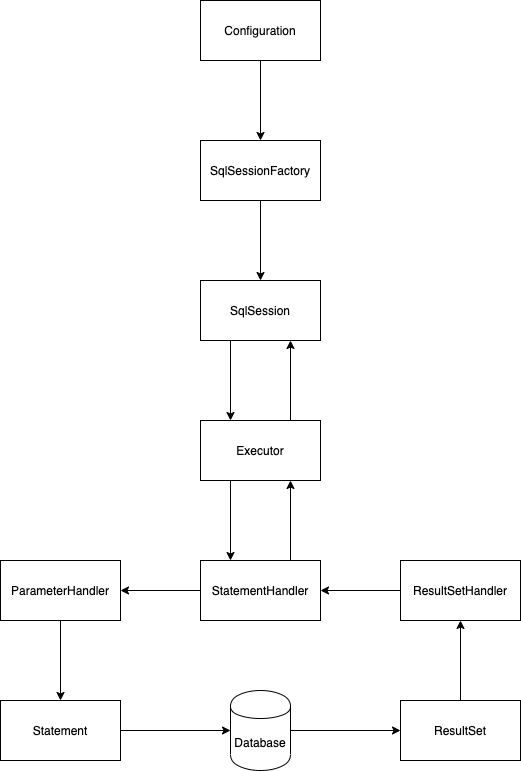
This is img/mybatis/mybatis_process.png from h2cone/h2cone.github.io, a draw.io export, as it was before one commit. Source tidied: cells renumbered, new cells last; positions are measured from the earlier drawing's top-left corner, leaving out a move shared by most shapes. Source of this version:
```xml
<mxGraphModel>
  <root>
    <mxCell id="0" />
    <mxCell id="1" parent="0" />
    <mxCell id="2" style="edgeStyle=orthogonalEdgeStyle;rounded=0;jettySize=auto;html=1;" parent="1" edge="1" source="3" target="5">
      <mxGeometry relative="1" as="geometry" />
    </mxCell>
    <mxCell id="3" value="Configuration" style="rounded=0;whiteSpace=wrap;html=1;" parent="1" vertex="1">
      <mxGeometry x="200" width="120" height="60" as="geometry" />
    </mxCell>
    <mxCell id="4" style="edgeStyle=orthogonalEdgeStyle;rounded=0;jettySize=auto;html=1;" parent="1" edge="1" source="5" target="6">
      <mxGeometry relative="1" as="geometry" />
    </mxCell>
    <mxCell id="5" value="SqlSessionFactory" style="rounded=0;whiteSpace=wrap;html=1;" parent="1" vertex="1">
      <mxGeometry x="200" y="140" width="120" height="60" as="geometry" />
    </mxCell>
    <mxCell id="6" value="&lt;span style=&quot;white-space: normal&quot;&gt;SqlSession&lt;/span&gt;" style="rounded=0;whiteSpace=wrap;html=1;" parent="1" vertex="1">
      <mxGeometry x="200" y="280" width="120" height="60" as="geometry" />
    </mxCell>
    <mxCell id="7" value="Executor" style="rounded=0;whiteSpace=wrap;html=1;" parent="1" vertex="1">
      <mxGeometry x="200" y="420" width="120" height="60" as="geometry" />
    </mxCell>
    <mxCell id="8" style="edgeStyle=orthogonalEdgeStyle;rounded=0;jettySize=auto;html=1;" parent="1" edge="1" source="9" target="15">
      <mxGeometry relative="1" as="geometry" />
    </mxCell>
    <mxCell id="9" value="StatementHandler" style="rounded=0;whiteSpace=wrap;html=1;" parent="1" vertex="1">
      <mxGeometry x="200" y="560" width="120" height="60" as="geometry" />
    </mxCell>
    <mxCell id="10" style="edgeStyle=none;rounded=0;jettySize=auto;html=1;" parent="1" edge="1" source="11" target="9">
      <mxGeometry relative="1" as="geometry" />
    </mxCell>
    <mxCell id="11" value="ResultSetHandler" style="rounded=0;whiteSpace=wrap;html=1;" parent="1" vertex="1">
      <mxGeometry x="400" y="560" width="120" height="60" as="geometry" />
    </mxCell>
    <mxCell id="12" style="edgeStyle=none;rounded=0;jettySize=auto;html=1;" parent="1" edge="1" source="13" target="11">
      <mxGeometry relative="1" as="geometry" />
    </mxCell>
    <mxCell id="13" value="ResultSet" style="rounded=0;whiteSpace=wrap;html=1;" parent="1" vertex="1">
      <mxGeometry x="400" y="700" width="120" height="60" as="geometry" />
    </mxCell>
    <mxCell id="14" style="edgeStyle=orthogonalEdgeStyle;rounded=0;jettySize=auto;html=1;" parent="1" edge="1" source="15" target="17">
      <mxGeometry relative="1" as="geometry" />
    </mxCell>
    <mxCell id="15" value="ParameterHandler" style="rounded=0;whiteSpace=wrap;html=1;" parent="1" vertex="1">
      <mxGeometry y="560" width="120" height="60" as="geometry" />
    </mxCell>
    <mxCell id="16" style="edgeStyle=none;rounded=0;jettySize=auto;html=1;entryX=0;entryY=0.5;entryDx=0;entryDy=0;" parent="1" edge="1" source="17" target="19">
      <mxGeometry relative="1" as="geometry" />
    </mxCell>
    <mxCell id="17" value="&lt;span style=&quot;white-space: normal&quot;&gt;Statement&lt;/span&gt;" style="rounded=0;whiteSpace=wrap;html=1;" parent="1" vertex="1">
      <mxGeometry y="700" width="120" height="60" as="geometry" />
    </mxCell>
    <mxCell id="18" style="edgeStyle=none;rounded=0;jettySize=auto;html=1;entryX=0;entryY=0.5;entryDx=0;entryDy=0;" parent="1" edge="1" source="19" target="13">
      <mxGeometry relative="1" as="geometry" />
    </mxCell>
    <mxCell id="19" value="Database" style="shape=cylinder;whiteSpace=wrap;html=1;boundedLbl=1;backgroundOutline=1;" parent="1" vertex="1">
      <mxGeometry x="230" y="690" width="60" height="80" as="geometry" />
    </mxCell>
    <mxCell id="20" style="edgeStyle=none;rounded=0;orthogonalLoop=1;jettySize=auto;html=1;" parent="1" edge="1">
      <mxGeometry relative="1" as="geometry">
        <mxPoint x="290" y="560" as="sourcePoint" />
        <mxPoint x="290" y="480" as="targetPoint" />
      </mxGeometry>
    </mxCell>
    <mxCell id="21" style="edgeStyle=none;rounded=0;orthogonalLoop=1;jettySize=auto;html=1;" parent="1" edge="1">
      <mxGeometry relative="1" as="geometry">
        <mxPoint x="230" y="480" as="sourcePoint" />
        <mxPoint x="230" y="560" as="targetPoint" />
      </mxGeometry>
    </mxCell>
    <mxCell id="22" style="edgeStyle=none;rounded=0;orthogonalLoop=1;jettySize=auto;html=1;" parent="1" edge="1">
      <mxGeometry relative="1" as="geometry">
        <mxPoint x="290" y="420" as="sourcePoint" />
        <mxPoint x="290" y="340" as="targetPoint" />
      </mxGeometry>
    </mxCell>
    <mxCell id="23" style="edgeStyle=none;rounded=0;orthogonalLoop=1;jettySize=auto;html=1;" parent="1" edge="1">
      <mxGeometry relative="1" as="geometry">
        <mxPoint x="230" y="340" as="sourcePoint" />
        <mxPoint x="230" y="420" as="targetPoint" />
      </mxGeometry>
    </mxCell>
  </root>
</mxGraphModel>
```
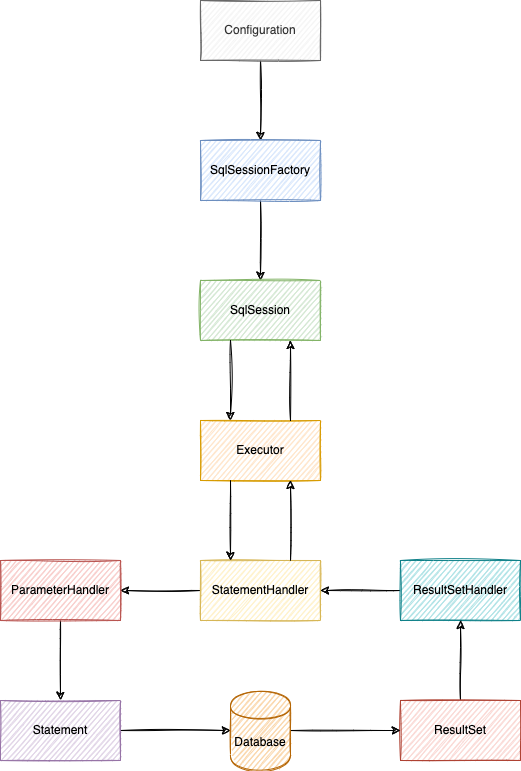
Above is the later version.

The edit, as a diff of the source:
```diff
@@ -2,79 +2,79 @@
   <root>
     <mxCell id="0" />
     <mxCell id="1" parent="0" />
-    <mxCell id="2" style="edgeStyle=orthogonalEdgeStyle;rounded=0;jettySize=auto;html=1;" parent="1" edge="1" source="3" target="5">
+    <mxCell id="2" style="edgeStyle=orthogonalEdgeStyle;rounded=0;jettySize=auto;html=1;sketch=1;" parent="1" edge="1" source="3" target="5">
       <mxGeometry relative="1" as="geometry" />
     </mxCell>
-    <mxCell id="3" value="Configuration" style="rounded=0;whiteSpace=wrap;html=1;" parent="1" vertex="1">
+    <mxCell id="3" value="Configuration" style="rounded=0;whiteSpace=wrap;html=1;sketch=1;fillColor=#f5f5f5;fontColor=#333333;strokeColor=#666666;" parent="1" vertex="1">
       <mxGeometry x="200" width="120" height="60" as="geometry" />
     </mxCell>
-    <mxCell id="4" style="edgeStyle=orthogonalEdgeStyle;rounded=0;jettySize=auto;html=1;" parent="1" edge="1" source="5" target="6">
+    <mxCell id="4" style="edgeStyle=orthogonalEdgeStyle;rounded=0;jettySize=auto;html=1;sketch=1;" parent="1" edge="1" source="5" target="6">
       <mxGeometry relative="1" as="geometry" />
     </mxCell>
-    <mxCell id="5" value="SqlSessionFactory" style="rounded=0;whiteSpace=wrap;html=1;" parent="1" vertex="1">
+    <mxCell id="5" value="SqlSessionFactory" style="rounded=0;whiteSpace=wrap;html=1;sketch=1;fillColor=#dae8fc;strokeColor=#6c8ebf;" parent="1" vertex="1">
       <mxGeometry x="200" y="140" width="120" height="60" as="geometry" />
     </mxCell>
-    <mxCell id="6" value="&lt;span style=&quot;white-space: normal&quot;&gt;SqlSession&lt;/span&gt;" style="rounded=0;whiteSpace=wrap;html=1;" parent="1" vertex="1">
+    <mxCell id="6" value="&lt;span style=&quot;white-space: normal&quot;&gt;SqlSession&lt;/span&gt;" style="rounded=0;whiteSpace=wrap;html=1;sketch=1;fillColor=#d5e8d4;strokeColor=#82b366;" parent="1" vertex="1">
       <mxGeometry x="200" y="280" width="120" height="60" as="geometry" />
     </mxCell>
-    <mxCell id="7" value="Executor" style="rounded=0;whiteSpace=wrap;html=1;" parent="1" vertex="1">
+    <mxCell id="7" value="Executor" style="rounded=0;whiteSpace=wrap;html=1;sketch=1;fillColor=#ffe6cc;strokeColor=#d79b00;" parent="1" vertex="1">
       <mxGeometry x="200" y="420" width="120" height="60" as="geometry" />
     </mxCell>
-    <mxCell id="8" style="edgeStyle=orthogonalEdgeStyle;rounded=0;jettySize=auto;html=1;" parent="1" edge="1" source="9" target="15">
+    <mxCell id="8" style="edgeStyle=orthogonalEdgeStyle;rounded=0;jettySize=auto;html=1;sketch=1;" parent="1" edge="1" source="9" target="15">
       <mxGeometry relative="1" as="geometry" />
     </mxCell>
-    <mxCell id="9" value="StatementHandler" style="rounded=0;whiteSpace=wrap;html=1;" parent="1" vertex="1">
+    <mxCell id="9" value="StatementHandler" style="rounded=0;whiteSpace=wrap;html=1;sketch=1;fillColor=#fff2cc;strokeColor=#d6b656;" parent="1" vertex="1">
       <mxGeometry x="200" y="560" width="120" height="60" as="geometry" />
     </mxCell>
-    <mxCell id="10" style="edgeStyle=none;rounded=0;jettySize=auto;html=1;" parent="1" edge="1" source="11" target="9">
+    <mxCell id="10" style="edgeStyle=none;rounded=0;jettySize=auto;html=1;sketch=1;" parent="1" edge="1" source="11" target="9">
       <mxGeometry relative="1" as="geometry" />
     </mxCell>
-    <mxCell id="11" value="ResultSetHandler" style="rounded=0;whiteSpace=wrap;html=1;" parent="1" vertex="1">
+    <mxCell id="11" value="ResultSetHandler" style="rounded=0;whiteSpace=wrap;html=1;sketch=1;fillColor=#b0e3e6;strokeColor=#0e8088;" parent="1" vertex="1">
       <mxGeometry x="400" y="560" width="120" height="60" as="geometry" />
     </mxCell>
-    <mxCell id="12" style="edgeStyle=none;rounded=0;jettySize=auto;html=1;" parent="1" edge="1" source="13" target="11">
+    <mxCell id="12" style="edgeStyle=none;rounded=0;jettySize=auto;html=1;sketch=1;" parent="1" edge="1" source="13" target="11">
       <mxGeometry relative="1" as="geometry" />
     </mxCell>
-    <mxCell id="13" value="ResultSet" style="rounded=0;whiteSpace=wrap;html=1;" parent="1" vertex="1">
+    <mxCell id="13" value="ResultSet" style="rounded=0;whiteSpace=wrap;html=1;sketch=1;fillColor=#fad9d5;strokeColor=#ae4132;" parent="1" vertex="1">
       <mxGeometry x="400" y="700" width="120" height="60" as="geometry" />
     </mxCell>
-    <mxCell id="14" style="edgeStyle=orthogonalEdgeStyle;rounded=0;jettySize=auto;html=1;" parent="1" edge="1" source="15" target="17">
+    <mxCell id="14" style="edgeStyle=orthogonalEdgeStyle;rounded=0;jettySize=auto;html=1;sketch=1;" parent="1" edge="1" source="15" target="17">
       <mxGeometry relative="1" as="geometry" />
     </mxCell>
-    <mxCell id="15" value="ParameterHandler" style="rounded=0;whiteSpace=wrap;html=1;" parent="1" vertex="1">
+    <mxCell id="15" value="ParameterHandler" style="rounded=0;whiteSpace=wrap;html=1;sketch=1;fillColor=#f8cecc;strokeColor=#b85450;" parent="1" vertex="1">
       <mxGeometry y="560" width="120" height="60" as="geometry" />
     </mxCell>
-    <mxCell id="16" style="edgeStyle=none;rounded=0;jettySize=auto;html=1;entryX=0;entryY=0.5;entryDx=0;entryDy=0;" parent="1" edge="1" source="17" target="19">
+    <mxCell id="16" style="edgeStyle=none;rounded=0;jettySize=auto;html=1;entryX=0;entryY=0.5;entryDx=0;entryDy=0;sketch=1;" parent="1" edge="1" source="17" target="19">
       <mxGeometry relative="1" as="geometry" />
     </mxCell>
-    <mxCell id="17" value="&lt;span style=&quot;white-space: normal&quot;&gt;Statement&lt;/span&gt;" style="rounded=0;whiteSpace=wrap;html=1;" parent="1" vertex="1">
+    <mxCell id="17" value="&lt;span style=&quot;white-space: normal&quot;&gt;Statement&lt;/span&gt;" style="rounded=0;whiteSpace=wrap;html=1;sketch=1;fillColor=#e1d5e7;strokeColor=#9673a6;" parent="1" vertex="1">
       <mxGeometry y="700" width="120" height="60" as="geometry" />
     </mxCell>
-    <mxCell id="18" style="edgeStyle=none;rounded=0;jettySize=auto;html=1;entryX=0;entryY=0.5;entryDx=0;entryDy=0;" parent="1" edge="1" source="19" target="13">
+    <mxCell id="18" style="edgeStyle=none;rounded=0;jettySize=auto;html=1;entryX=0;entryY=0.5;entryDx=0;entryDy=0;sketch=1;" parent="1" edge="1" source="19" target="13">
       <mxGeometry relative="1" as="geometry" />
     </mxCell>
-    <mxCell id="19" value="Database" style="shape=cylinder;whiteSpace=wrap;html=1;boundedLbl=1;backgroundOutline=1;" parent="1" vertex="1">
+    <mxCell id="19" value="Database" style="shape=cylinder;whiteSpace=wrap;html=1;boundedLbl=1;backgroundOutline=1;sketch=1;fillColor=#fad7ac;strokeColor=#b46504;" parent="1" vertex="1">
       <mxGeometry x="230" y="690" width="60" height="80" as="geometry" />
     </mxCell>
-    <mxCell id="20" style="edgeStyle=none;rounded=0;orthogonalLoop=1;jettySize=auto;html=1;" parent="1" edge="1">
+    <mxCell id="20" style="edgeStyle=none;rounded=0;orthogonalLoop=1;jettySize=auto;html=1;sketch=1;" parent="1" edge="1">
       <mxGeometry relative="1" as="geometry">
         <mxPoint x="290" y="560" as="sourcePoint" />
         <mxPoint x="290" y="480" as="targetPoint" />
       </mxGeometry>
     </mxCell>
-    <mxCell id="21" style="edgeStyle=none;rounded=0;orthogonalLoop=1;jettySize=auto;html=1;" parent="1" edge="1">
+    <mxCell id="21" style="edgeStyle=none;rounded=0;orthogonalLoop=1;jettySize=auto;html=1;sketch=1;" parent="1" edge="1">
       <mxGeometry relative="1" as="geometry">
         <mxPoint x="230" y="480" as="sourcePoint" />
         <mxPoint x="230" y="560" as="targetPoint" />
       </mxGeometry>
     </mxCell>
-    <mxCell id="22" style="edgeStyle=none;rounded=0;orthogonalLoop=1;jettySize=auto;html=1;" parent="1" edge="1">
+    <mxCell id="22" style="edgeStyle=none;rounded=0;orthogonalLoop=1;jettySize=auto;html=1;sketch=1;" parent="1" edge="1">
       <mxGeometry relative="1" as="geometry">
         <mxPoint x="290" y="420" as="sourcePoint" />
         <mxPoint x="290" y="340" as="targetPoint" />
       </mxGeometry>
     </mxCell>
-    <mxCell id="23" style="edgeStyle=none;rounded=0;orthogonalLoop=1;jettySize=auto;html=1;" parent="1" edge="1">
+    <mxCell id="23" style="edgeStyle=none;rounded=0;orthogonalLoop=1;jettySize=auto;html=1;sketch=1;" parent="1" edge="1">
       <mxGeometry relative="1" as="geometry">
         <mxPoint x="230" y="340" as="sourcePoint" />
         <mxPoint x="230" y="420" as="targetPoint" />
```
